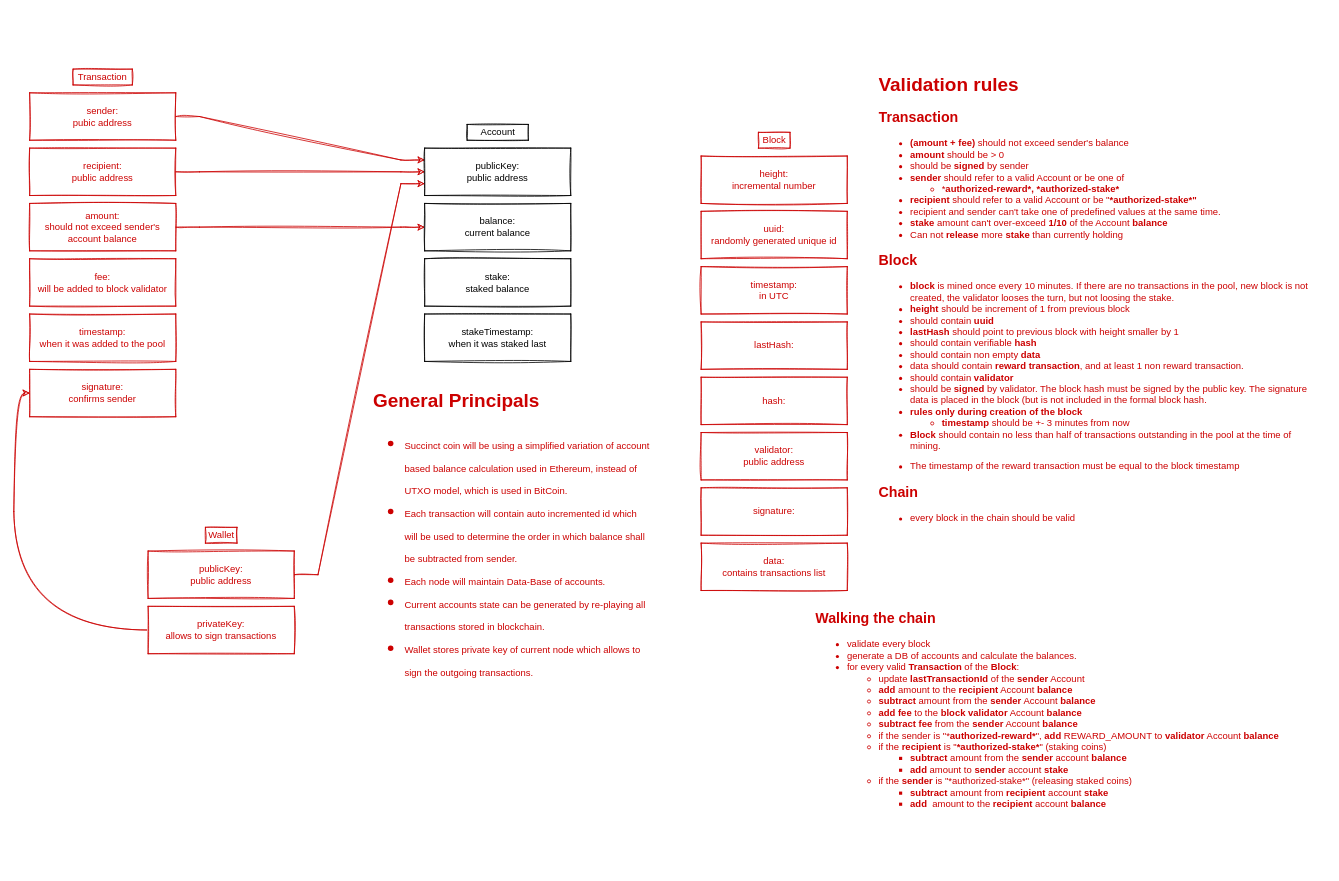
Earlier version of the draw.io diagram docs/Transaction Structure Diagram.drawio (echowaves/succinctcoin). Source tidied: cells renumbered, new cells numbered last; positions are measured from the earlier drawing's top-left corner, leaving out a move shared by most shapes. Both pictures are drawn from the tidied source at 79%, with x=0, y=0 at pixel (29, 69).
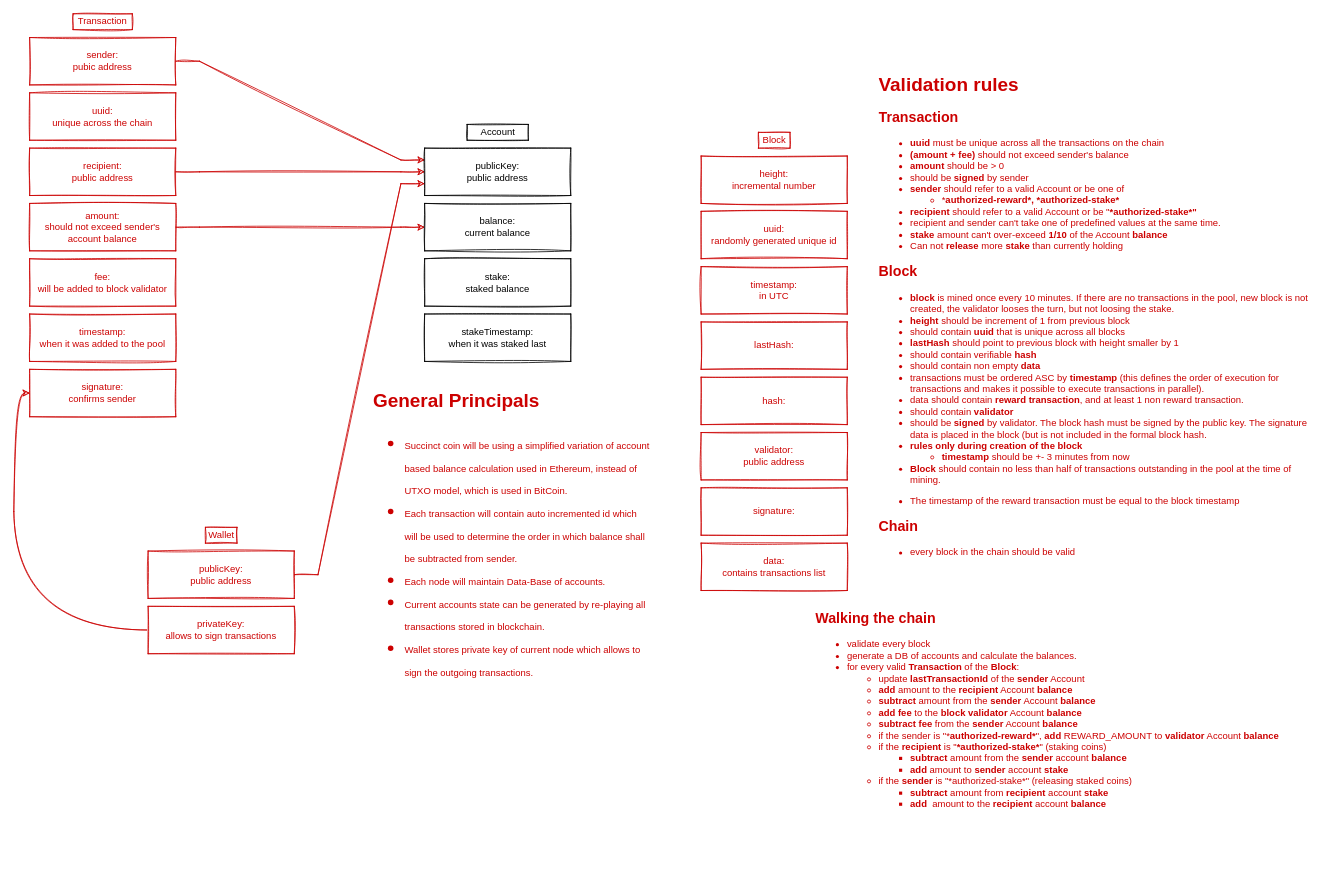
The same page after the edit.

What changed in the source:
```diff
@@
     <mxCell id="3" value="sender:&lt;br&gt;pubic address" style="rounded=0;whiteSpace=wrap;html=1;sketch=1;strokeColor=#CC0000;fontColor=#CC0000;" parent="1" vertex="1">
-      <mxGeometry y="30" width="185" height="60" as="geometry" />
+      <mxGeometry y="-40" width="185" height="60" as="geometry" />
     </mxCell>
@@
     <mxCell id="9" value="Transaction" style="text;html=1;fillColor=none;align=center;verticalAlign=middle;whiteSpace=wrap;rounded=0;sketch=1;strokeColor=#CC0000;fontColor=#CC0000;" parent="1" vertex="1">
-      <mxGeometry x="55" width="75" height="20" as="geometry" />
+      <mxGeometry x="55" y="-70" width="75" height="20" as="geometry" />
     </mxCell>
@@
-    <mxCell id="30" value="&lt;h1&gt;Validation rules&lt;/h1&gt;&lt;h2&gt;Transaction&lt;/h2&gt;&lt;div&gt;&lt;ul&gt;&lt;li&gt;&lt;b&gt;(amount + fee)&lt;/b&gt;&lt;span&gt; should not exceed sender's balance&lt;/span&gt;&lt;br&gt;&lt;/li&gt;&lt;li&gt;&lt;b&gt;amount&lt;/b&gt; should be &amp;gt; 0&lt;/li&gt;&lt;li&gt;should be &lt;b&gt;signed&lt;/b&gt; by sender&lt;/li&gt;&lt;li&gt;&lt;b&gt;sender&lt;/b&gt; should refer to a valid Account or be one of&lt;/li&gt;&lt;ul&gt;&lt;li&gt;*&lt;b&gt;authorized-reward*,&amp;nbsp;&lt;/b&gt;&lt;b&gt;*authorized-stake*&lt;/b&gt;&lt;br&gt;&lt;/li&gt;&lt;/ul&gt;&lt;li&gt;&lt;b&gt;recipient &lt;/b&gt;should refer to a valid Account or be &quot;&lt;b&gt;*authorized-stake*&quot;&lt;/b&gt;&lt;/li&gt;&lt;li&gt;recipient and sender can't take one of predefined values at the same time.&lt;/li&gt;&lt;li&gt;&lt;b&gt;stake &lt;/b&gt;amount can't over-exceed &lt;b&gt;1/10&lt;/b&gt; of the Account &lt;b&gt;balance&lt;/b&gt;&lt;/li&gt;&lt;li&gt;Can not &lt;b&gt;release&lt;/b&gt; more &lt;b&gt;stake&lt;/b&gt; than currently holding&lt;/li&gt;&lt;/ul&gt;&lt;/div&gt;&lt;h2&gt;Block&lt;/h2&gt;&lt;div&gt;&lt;ul&gt;&lt;li&gt;&lt;b&gt;block &lt;/b&gt;is mined once every 10 minutes. If there are no transactions in the pool, new block is not created, the validator looses the turn, but not loosing the stake.&lt;/li&gt;&lt;li&gt;&lt;b&gt;height&lt;/b&gt; should be increment of 1 from previous block&lt;/li&gt;&lt;li&gt;should contain &lt;b&gt;uuid&lt;/b&gt;&lt;/li&gt;&lt;li&gt;&lt;b&gt;lastHash&lt;/b&gt; should point to previous block with height smaller by 1&lt;/li&gt;&lt;li&gt;should contain verifiable &lt;b&gt;hash&lt;/b&gt;&lt;/li&gt;&lt;li&gt;should contain non empty &lt;b&gt;data&lt;/b&gt;&amp;nbsp;&amp;nbsp;&lt;/li&gt;&lt;li&gt;data should contain &lt;b&gt;reward transaction&lt;/b&gt;, and at least 1 non reward transaction.&lt;/li&gt;&lt;li&gt;should contain &lt;b&gt;validator&lt;/b&gt;&lt;/li&gt;&lt;li&gt;should be &lt;b&gt;signed&lt;/b&gt; by validator. The block hash must be signed by the public key. The signature data is placed in the block (but is not included in the formal block hash.&lt;/li&gt;&lt;li&gt;&lt;b&gt;rules only during creation of the block&lt;/b&gt;&lt;/li&gt;&lt;ul&gt;&lt;li&gt;&lt;b&gt;timestamp&lt;/b&gt; should be +- 3 minutes from now&lt;/li&gt;&lt;/ul&gt;&lt;li&gt;&lt;b&gt;Block &lt;/b&gt;should contain no less than half of transactions outstanding in the pool at the time of mining.&lt;/li&gt;&lt;/ul&gt;&lt;p&gt;&lt;/p&gt;&lt;ul&gt;&lt;li&gt;&lt;span style=&quot;background-color: rgb(255 , 255 , 255)&quot;&gt;&lt;font style=&quot;font-size: 12px&quot;&gt;The timestamp of the reward transaction must be equal to the block timestamp&lt;/font&gt;&lt;/span&gt;&lt;/li&gt;&lt;/ul&gt;&lt;p&gt;&lt;/p&gt;&lt;/div&gt;&lt;h2&gt;Chain&lt;/h2&gt;&lt;div&gt;&lt;ul&gt;&lt;li&gt;every block in the chain should be valid&lt;/li&gt;&lt;/ul&gt;&lt;div&gt;&lt;br&gt;&lt;/div&gt;&lt;/div&gt;&lt;h2&gt;&lt;br&gt;&lt;/h2&gt;" style="text;html=1;fillColor=none;spacing=5;spacingTop=-20;whiteSpace=wrap;overflow=hidden;rounded=0;sketch=1;fontColor=#CC0000;" parent="1" vertex="1">
+    <mxCell id="30" value="&lt;h1&gt;Validation rules&lt;/h1&gt;&lt;h2&gt;Transaction&lt;/h2&gt;&lt;div&gt;&lt;ul&gt;&lt;li&gt;&lt;b&gt;uuid&lt;/b&gt; must be unique across all the transactions on the chain&lt;/li&gt;&lt;li&gt;&lt;b&gt;(amount + fee)&lt;/b&gt;&lt;span&gt; should not exceed sender's balance&lt;/span&gt;&lt;br&gt;&lt;/li&gt;&lt;li&gt;&lt;b&gt;amount&lt;/b&gt; should be &amp;gt; 0&lt;/li&gt;&lt;li&gt;should be &lt;b&gt;signed&lt;/b&gt; by sender&lt;/li&gt;&lt;li&gt;&lt;b&gt;sender&lt;/b&gt; should refer to a valid Account or be one of&lt;/li&gt;&lt;ul&gt;&lt;li&gt;*&lt;b&gt;authorized-reward*,&amp;nbsp;&lt;/b&gt;&lt;b&gt;*authorized-stake*&lt;/b&gt;&lt;br&gt;&lt;/li&gt;&lt;/ul&gt;&lt;li&gt;&lt;b&gt;recipient &lt;/b&gt;should refer to a valid Account or be &quot;&lt;b&gt;*authorized-stake*&quot;&lt;/b&gt;&lt;/li&gt;&lt;li&gt;recipient and sender can't take one of predefined values at the same time.&lt;/li&gt;&lt;li&gt;&lt;b&gt;stake &lt;/b&gt;amount can't over-exceed &lt;b&gt;1/10&lt;/b&gt; of the Account &lt;b&gt;balance&lt;/b&gt;&lt;/li&gt;&lt;li&gt;Can not &lt;b&gt;release&lt;/b&gt; more &lt;b&gt;stake&lt;/b&gt; than currently holding&lt;/li&gt;&lt;/ul&gt;&lt;/div&gt;&lt;h2&gt;Block&lt;/h2&gt;&lt;div&gt;&lt;ul&gt;&lt;li&gt;&lt;b&gt;block &lt;/b&gt;is mined once every 10 minutes. If there are no transactions in the pool, new block is not created, the validator looses the turn, but not loosing the stake.&lt;/li&gt;&lt;li&gt;&lt;b&gt;height&lt;/b&gt; should be increment of 1 from previous block&lt;/li&gt;&lt;li&gt;should contain &lt;b&gt;uuid &lt;/b&gt;that is unique across all blocks&lt;/li&gt;&lt;li&gt;&lt;b&gt;lastHash&lt;/b&gt; should point to previous block with height smaller by 1&lt;/li&gt;&lt;li&gt;should contain verifiable &lt;b&gt;hash&lt;/b&gt;&lt;/li&gt;&lt;li&gt;should contain non empty &lt;b&gt;data&lt;/b&gt;&amp;nbsp;&amp;nbsp;&lt;/li&gt;&lt;li&gt;transactions must be ordered ASC by &lt;b&gt;timestamp &lt;/b&gt;(this defines the order of execution for transactions and makes it possible to execute transactions in parallel).&lt;/li&gt;&lt;li&gt;data should contain &lt;b&gt;reward transaction&lt;/b&gt;, and at least 1 non reward transaction.&lt;/li&gt;&lt;li&gt;should contain &lt;b&gt;validator&lt;/b&gt;&lt;/li&gt;&lt;li&gt;should be &lt;b&gt;signed&lt;/b&gt; by validator. The block hash must be signed by the public key. The signature data is placed in the block (but is not included in the formal block hash.&lt;/li&gt;&lt;li&gt;&lt;b&gt;rules only during creation of the block&lt;/b&gt;&lt;/li&gt;&lt;ul&gt;&lt;li&gt;&lt;b&gt;timestamp&lt;/b&gt; should be +- 3 minutes from now&lt;/li&gt;&lt;/ul&gt;&lt;li&gt;&lt;b&gt;Block &lt;/b&gt;should contain no less than half of transactions outstanding in the pool at the time of mining.&lt;/li&gt;&lt;/ul&gt;&lt;p&gt;&lt;/p&gt;&lt;ul&gt;&lt;li&gt;&lt;span style=&quot;background-color: rgb(255 , 255 , 255)&quot;&gt;&lt;font style=&quot;font-size: 12px&quot;&gt;The timestamp of the reward transaction must be equal to the block timestamp&lt;/font&gt;&lt;/span&gt;&lt;/li&gt;&lt;/ul&gt;&lt;p&gt;&lt;/p&gt;&lt;/div&gt;&lt;h2&gt;Chain&lt;/h2&gt;&lt;div&gt;&lt;ul&gt;&lt;li&gt;every block in the chain should be valid&lt;/li&gt;&lt;/ul&gt;&lt;div&gt;&lt;br&gt;&lt;/div&gt;&lt;/div&gt;&lt;h2&gt;&lt;br&gt;&lt;/h2&gt;" style="text;html=1;fillColor=none;spacing=5;spacingTop=-20;whiteSpace=wrap;overflow=hidden;rounded=0;sketch=1;fontColor=#CC0000;" parent="1" vertex="1">
       <mxGeometry x="1070" width="560" height="660" as="geometry" />
     </mxCell>
@@
+    <mxCell id="34" value="uuid:&lt;br&gt;unique across the chain" style="rounded=0;whiteSpace=wrap;html=1;sketch=1;strokeColor=#CC0000;fontColor=#CC0000;" parent="1" vertex="1">
+      <mxGeometry y="30" width="185" height="60" as="geometry" />
+    </mxCell>
```
